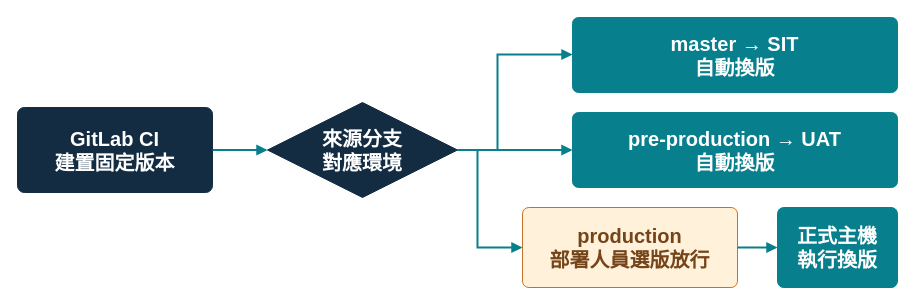
cyljacky02/gitlab-win-cicd keeps this draw.io diagram as docs/presentations/diagrams/environment-approval.drawio. Above is the earlier version. Source tidied: cells renumbered, new cells numbered last; positions are measured from the earlier drawing's top-left corner, leaving out a move shared by most shapes. Both pictures are drawn from the tidied source at 100%, with x=0, y=0 at pixel (17, 17).
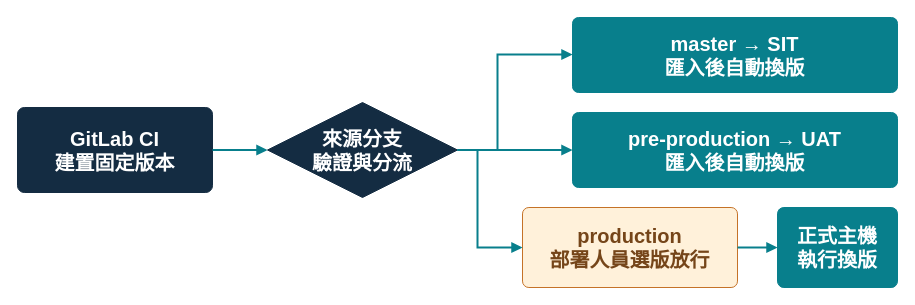
Above is the later version.

Change to the diagram source:
```diff
@@
 <mxGraphModel>
   <root>
     <mxCell id="0" />
     <mxCell id="1" parent="0" />
     <mxCell id="2" value="GitLab CI&lt;br/&gt;建置固定版本" style="rounded=1;arcSize=8;html=1;whiteSpace=wrap;fontSize=20;fontStyle=1;fillColor=#142C42;fontColor=#FFFFFF;strokeColor=#142C42;" parent="1" vertex="1">
       <mxGeometry y="90" width="195" height="85" as="geometry" />
     </mxCell>
-    <mxCell id="3" value="來源分支&lt;br/&gt;對應環境" style="rhombus;html=1;whiteSpace=wrap;fontSize=20;fontStyle=1;fillColor=#142C42;fontColor=#FFFFFF;strokeColor=#142C42;" parent="1" vertex="1">
+    <mxCell id="3" value="來源分支&lt;br/&gt;驗證與分流" style="rhombus;html=1;whiteSpace=wrap;fontSize=20;fontStyle=1;fillColor=#142C42;fontColor=#FFFFFF;strokeColor=#142C42;" parent="1" vertex="1">
       <mxGeometry x="250" y="85" width="190" height="95" as="geometry" />
     </mxCell>
-    <mxCell id="4" value="master → SIT&lt;br/&gt;自動換版" style="rounded=1;arcSize=8;html=1;whiteSpace=wrap;fontSize=20;fontStyle=1;fillColor=#087F8C;fontColor=#FFFFFF;strokeColor=#087F8C;" parent="1" vertex="1">
+    <mxCell id="4" value="master → SIT&lt;br/&gt;匯入後自動換版" style="rounded=1;arcSize=8;html=1;whiteSpace=wrap;fontSize=20;fontStyle=1;fillColor=#087F8C;fontColor=#FFFFFF;strokeColor=#087F8C;" parent="1" vertex="1">
       <mxGeometry x="555" width="325" height="75" as="geometry" />
     </mxCell>
-    <mxCell id="5" value="pre-production → UAT&lt;br/&gt;自動換版" style="rounded=1;arcSize=8;html=1;whiteSpace=wrap;fontSize=20;fontStyle=1;fillColor=#087F8C;fontColor=#FFFFFF;strokeColor=#087F8C;" parent="1" vertex="1">
+    <mxCell id="5" value="pre-production → UAT&lt;br/&gt;匯入後自動換版" style="rounded=1;arcSize=8;html=1;whiteSpace=wrap;fontSize=20;fontStyle=1;fillColor=#087F8C;fontColor=#FFFFFF;strokeColor=#087F8C;" parent="1" vertex="1">
       <mxGeometry x="555" y="95" width="325" height="75" as="geometry" />
     </mxCell>
     <mxCell id="6" value="production&lt;br/&gt;部署人員選版放行" style="rounded=1;arcSize=8;html=1;whiteSpace=wrap;fontSize=20;fontStyle=1;fillColor=#FFF1DA;fontColor=#754519;strokeColor=#C57227;" parent="1" vertex="1">
       <mxGeometry x="505" y="190" width="215" height="80" as="geometry" />
     </mxCell>
     <mxCell id="7" value="正式主機&lt;br/&gt;執行換版" style="rounded=1;arcSize=8;html=1;whiteSpace=wrap;fontSize=20;fontStyle=1;fillColor=#087F8C;fontColor=#FFFFFF;strokeColor=#087F8C;" parent="1" vertex="1">
       <mxGeometry x="760" y="190" width="120" height="80" as="geometry" />
     </mxCell>
     <mxCell id="8" style="edgeStyle=orthogonalEdgeStyle;rounded=0;endArrow=block;endFill=1;strokeWidth=2;fontSize=18;strokeColor=#087F8C;" parent="1" edge="1" source="2" target="3">
       <mxGeometry relative="1" as="geometry" />
     </mxCell>
     <mxCell id="9" style="edgeStyle=orthogonalEdgeStyle;rounded=0;endArrow=block;endFill=1;strokeWidth=2;fontSize=18;strokeColor=#087F8C;" parent="1" edge="1" source="3" target="4">
       <mxGeometry relative="1" as="geometry">
         <Array as="points">
           <mxPoint x="480" y="132" />
           <mxPoint x="480" y="37" />
         </Array>
       </mxGeometry>
     </mxCell>
     <mxCell id="10" style="edgeStyle=orthogonalEdgeStyle;rounded=0;endArrow=block;endFill=1;strokeWidth=2;fontSize=18;strokeColor=#087F8C;" parent="1" edge="1" source="3" target="5">
       <mxGeometry relative="1" as="geometry" />
     </mxCell>
     <mxCell id="11" style="edgeStyle=orthogonalEdgeStyle;rounded=0;endArrow=block;endFill=1;strokeWidth=2;fontSize=18;strokeColor=#087F8C;" parent="1" edge="1" source="3" target="6">
       <mxGeometry relative="1" as="geometry">
         <Array as="points">
           <mxPoint x="460" y="132" />
           <mxPoint x="460" y="230" />
         </Array>
       </mxGeometry>
     </mxCell>
     <mxCell id="12" style="edgeStyle=orthogonalEdgeStyle;rounded=0;endArrow=block;endFill=1;strokeWidth=2;fontSize=18;strokeColor=#087F8C;" parent="1" edge="1" source="6" target="7">
       <mxGeometry relative="1" as="geometry" />
     </mxCell>
   </root>
 </mxGraphModel>
```
